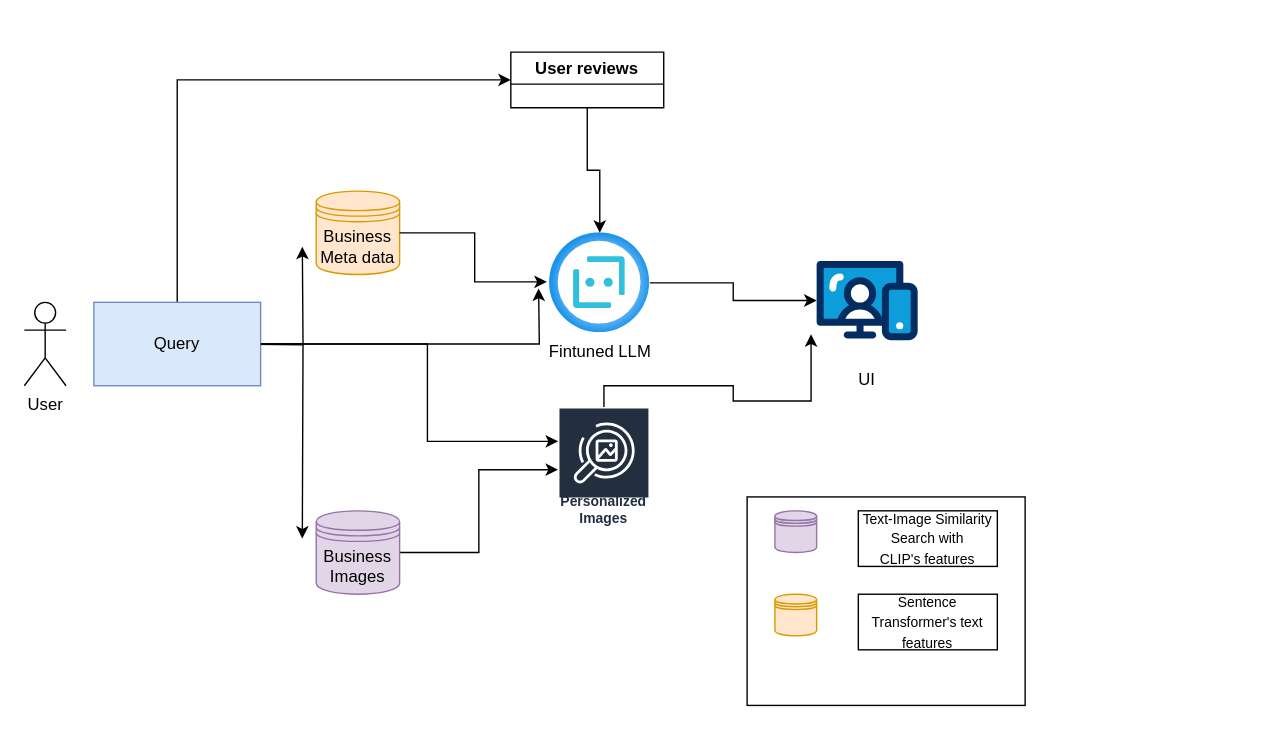
Above: r-bot.drawio in saidineshpola/BasicSR (draw.io), before the change. Source tidied: cells renumbered, new cells numbered last; positions are measured from the earlier drawing's top-left corner, leaving out a move shared by most shapes. Both pictures are drawn from the tidied source at 139%, with x=0, y=0 at pixel (24, 51). Pictures stored in the file or linked from it are replaced by grey dashed boxes.
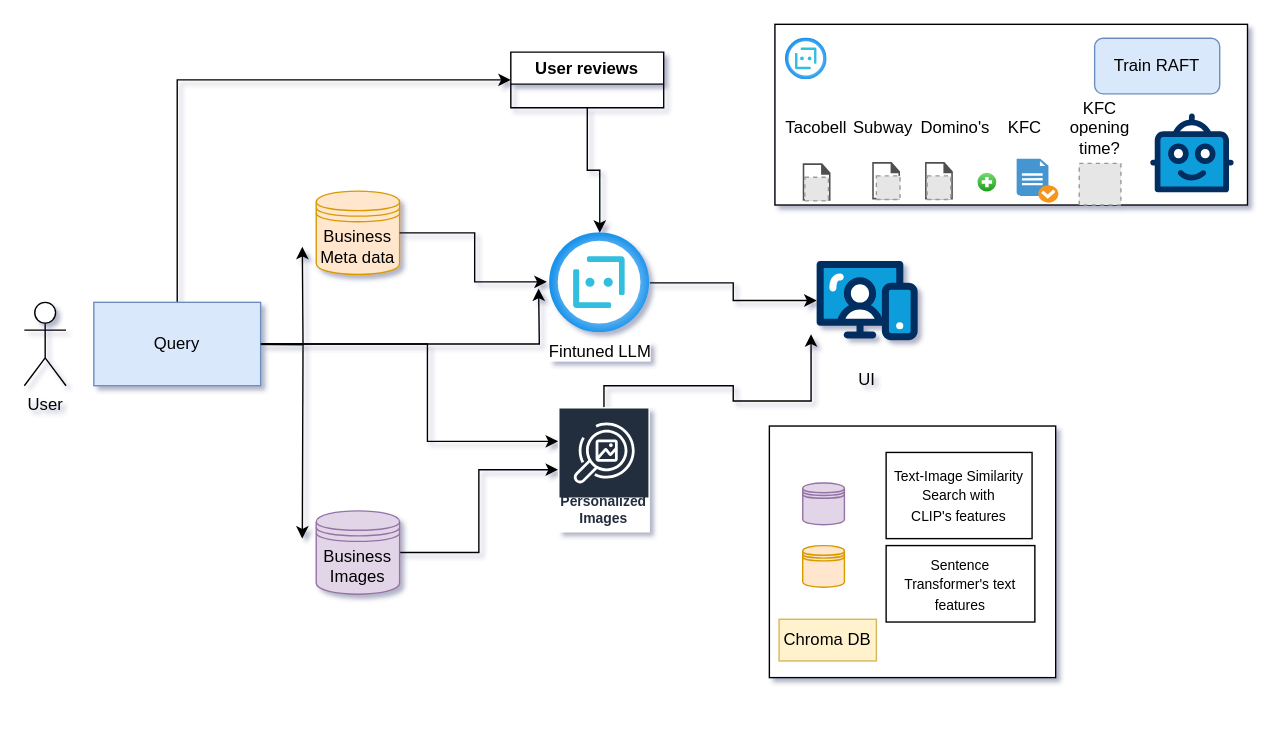
Above is the later version.

What changed in the source:
```diff
@@
-<mxGraphModel>
+<mxGraphModel shadow="1">
@@
     <mxCell id="20" style="rounded=0;whiteSpace=wrap;html=1;" parent="1" vertex="1">
-      <mxGeometry x="520" y="320" width="200" height="150" as="geometry" />
+      <mxGeometry x="536" y="269" width="206" height="181" as="geometry" />
     </mxCell>
     <mxCell id="21" style="shape=datastore;whiteSpace=wrap;html=1;fillColor=#e1d5e7;strokeColor=#9673a6;" parent="1" vertex="1">
-      <mxGeometry x="540" y="330" width="30" height="30" as="geometry" />
+      <mxGeometry x="560" y="310" width="30" height="30" as="geometry" />
     </mxCell>
     <mxCell id="22" value="&lt;font style=&quot;font-size: 10px;&quot;&gt;Text-Image Similarity Search with&lt;br&gt;CLIP's features&lt;/font&gt;" style="whiteSpace=wrap;html=1;align=center;" parent="1" vertex="1">
-      <mxGeometry x="600" y="330" width="100" height="40" as="geometry" />
+      <mxGeometry x="620" y="288" width="105" height="62" as="geometry" />
     </mxCell>
     <mxCell id="23" style="shape=datastore;whiteSpace=wrap;html=1;fillColor=#ffe6cc;strokeColor=#d79b00;" parent="1" vertex="1">
-      <mxGeometry x="540" y="390" width="30" height="30" as="geometry" />
+      <mxGeometry x="560" y="355" width="30" height="30" as="geometry" />
     </mxCell>
     <mxCell id="24" value="&lt;font style=&quot;font-size: 10px;&quot;&gt;Sentence Transformer's text features&lt;/font&gt;" style="whiteSpace=wrap;html=1;align=center;" parent="1" vertex="1">
-      <mxGeometry x="600" y="390" width="100" height="40" as="geometry" />
+      <mxGeometry x="620" y="355" width="107" height="55" as="geometry" />
     </mxCell>
+    <mxCell id="25" value="Chroma DB" style="rounded=0;whiteSpace=wrap;html=1;fillColor=#fff2cc;strokeColor=#d6b656;" parent="1" vertex="1">
+      <mxGeometry x="543" y="408" width="70" height="30" as="geometry" />
+    </mxCell>
+    <mxCell id="26" style="rounded=0;whiteSpace=wrap;html=1;" parent="1" vertex="1">
+      <mxGeometry x="540" y="-20" width="340" height="130" as="geometry" />
+    </mxCell>
+    <mxCell id="27" style="image;html=1;align=center;fontSize=12;image=img/lib/azure2/ai_machine_learning/Bot_Services.svg;" parent="1" vertex="1">
+      <mxGeometry x="547.7" y="-10" width="30" height="30" as="geometry" />
+    </mxCell>
+    <mxCell id="28" style="sketch=0;shadow=0;dashed=0;html=1;strokeColor=none;fillColor=#505050;labelPosition=center;verticalLabelPosition=bottom;verticalAlign=top;align=center;shape=mxgraph.office.concepts.document_blank;" parent="1" vertex="1">
+      <mxGeometry x="560" y="80" width="20" height="27" as="geometry" />
+    </mxCell>
+    <mxCell id="29" style="sketch=0;shadow=0;dashed=0;html=1;strokeColor=none;fillColor=#505050;labelPosition=center;verticalLabelPosition=bottom;verticalAlign=top;align=center;shape=mxgraph.office.concepts.document_blank;" parent="1" vertex="1">
+      <mxGeometry x="610" y="79" width="20" height="27" as="geometry" />
+    </mxCell>
+    <mxCell id="30" style="shadow=0;dashed=0;html=1;strokeColor=none;fillColor=#4495D1;labelPosition=center;verticalLabelPosition=bottom;verticalAlign=top;align=center;shape=mxgraph.veeam.checked_doc;" parent="1" vertex="1">
+      <mxGeometry x="713.9" y="76.7" width="30" height="31.6" as="geometry" />
+    </mxCell>
+    <mxCell id="31" style="fillColor=#E6E6E6;strokeColor=#999999;dashed=1;html=1;verticalLabelPosition=bottom;labelBackgroundColor=#ffffff;verticalAlign=top;" parent="1" vertex="1">
+      <mxGeometry x="758.9" y="80" width="30" height="30" as="geometry" />
+    </mxCell>
+    <mxCell id="32" value="Tacobell" style="text;html=1;align=center;verticalAlign=middle;whiteSpace=wrap;rounded=0;" parent="1" vertex="1">
+      <mxGeometry x="540" y="40" width="60" height="30" as="geometry" />
+    </mxCell>
+    <mxCell id="33" value="KFC" style="text;html=1;align=center;verticalAlign=middle;whiteSpace=wrap;rounded=0;" parent="1" vertex="1">
+      <mxGeometry x="690" y="40" width="60" height="30" as="geometry" />
+    </mxCell>
+    <mxCell id="34" value="Subway" style="text;html=1;align=center;verticalAlign=middle;whiteSpace=wrap;rounded=0;" parent="1" vertex="1">
+      <mxGeometry x="588" y="40" width="60" height="30" as="geometry" />
+    </mxCell>
+    <mxCell id="35" value="Domino's" style="text;html=1;align=center;verticalAlign=middle;whiteSpace=wrap;rounded=0;" parent="1" vertex="1">
+      <mxGeometry x="640" y="40" width="60" height="30" as="geometry" />
+    </mxCell>
+    <mxCell id="36" value="KFC opening time?" style="text;html=1;align=center;verticalAlign=middle;whiteSpace=wrap;rounded=0;" parent="1" vertex="1">
+      <mxGeometry x="743.9" y="40" width="60" height="30" as="geometry" />
+    </mxCell>
+    <mxCell id="37" style="verticalLabelPosition=bottom;html=1;shape=mxgraph.salesforce.bots;" parent="1" vertex="1">
+      <mxGeometry x="810" y="44" width="60" height="57" as="geometry" />
+    </mxCell>
+    <mxCell id="38" style="sketch=0;shadow=0;dashed=0;html=1;strokeColor=none;fillColor=#505050;labelPosition=center;verticalLabelPosition=bottom;verticalAlign=top;align=center;shape=mxgraph.office.concepts.document_blank;" parent="1" vertex="1">
+      <mxGeometry x="648" y="79" width="20" height="27" as="geometry" />
+    </mxCell>
+    <mxCell id="39" style="fillColor=#E6E6E6;strokeColor=#999999;dashed=1;html=1;verticalAlign=top;verticalLabelPosition=bottom;labelBackgroundColor=#ffffff;" parent="1" vertex="1">
+      <mxGeometry x="613" y="89" width="17" height="17" as="geometry" />
+    </mxCell>
+    <mxCell id="40" style="fillColor=#E6E6E6;strokeColor=#999999;dashed=1;html=1;verticalAlign=top;verticalLabelPosition=bottom;labelBackgroundColor=#ffffff;" parent="1" vertex="1">
+      <mxGeometry x="649.5" y="89" width="17" height="17" as="geometry" />
+    </mxCell>
+    <mxCell id="41" style="fillColor=#E6E6E6;strokeColor=#999999;dashed=1;html=1;verticalAlign=top;verticalLabelPosition=bottom;labelBackgroundColor=#ffffff;" parent="1" vertex="1">
+      <mxGeometry x="561.5" y="90" width="17" height="17" as="geometry" />
+    </mxCell>
+    <mxCell id="42" style="verticalLabelPosition=bottom;verticalAlign=top;html=1;shadow=0;dashed=0;strokeWidth=1;shape=mxgraph.ios.iAddIcon;fillColor=#7AdF78;fillColor2=#1A9917;strokeColor=#ffffff;sketch=0;" parent="1" vertex="1">
+      <mxGeometry x="685" y="86" width="15" height="15" as="geometry" />
+    </mxCell>
+    <mxCell id="43" value="Train RAFT" style="rounded=1;whiteSpace=wrap;html=1;fillColor=#dae8fc;strokeColor=#6c8ebf;" parent="1" vertex="1">
+      <mxGeometry x="770" y="-10" width="90" height="40" as="geometry" />
+    </mxCell>
```
